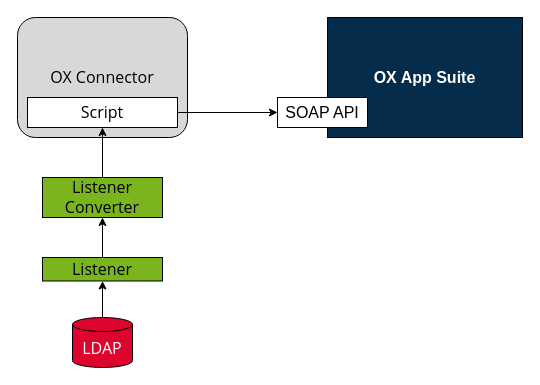
univention/ox-connector keeps this draw.io diagram as page "Seite-1" (1 of 2) of docs/ox-connector-app/images/architecture.drawio. Above is the earlier version. Source tidied: cells renumbered, new cells numbered last; positions are measured from the earlier drawing's top-left corner, leaving out a move shared by most shapes. Both pictures are drawn from the tidied source at 100%, with x=0, y=0 at pixel (17, 17).
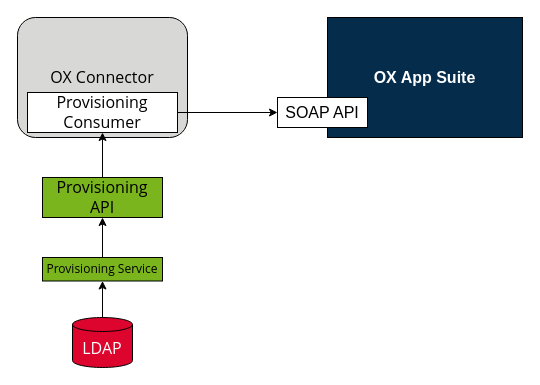
After the change.

Commit message (it also covers changes not shown here):
docs(ox-connector-app): Describe change from listener to provisiongin service approach

Diff of the diagram source:
```diff
@@
 <mxGraphModel>
   <root>
     <mxCell id="0" />
     <mxCell id="1" parent="0" />
     <mxCell id="2" value="OX Connector" style="rounded=1;whiteSpace=wrap;html=1;fillColor=#D8D8D6;fontFamily=Open Sans;fontSize=16;" parent="1" vertex="1">
       <mxGeometry width="170" height="120" as="geometry" />
     </mxCell>
     <mxCell id="3" value="&lt;b style=&quot;&quot;&gt;OX App Suite&lt;/b&gt;" style="rounded=0;whiteSpace=wrap;html=1;fontSize=16;fontColor=#FFFFFF;fillColor=#052d4b;" parent="1" vertex="1">
       <mxGeometry x="310" width="195" height="120" as="geometry" />
     </mxCell>
     <mxCell id="4" style="edgeStyle=orthogonalEdgeStyle;rounded=0;jettySize=auto;html=1;entryX=0;entryY=0.5;entryDx=0;entryDy=0;fontSize=16;fontColor=#FFFFFF;exitX=1;exitY=0.5;exitDx=0;exitDy=0;" parent="1" edge="1" source="10" target="7">
       <mxGeometry relative="1" as="geometry" />
     </mxCell>
     <mxCell id="5" style="edgeStyle=orthogonalEdgeStyle;rounded=0;jettySize=auto;html=1;fontFamily=Open Sans;fontSize=16;" parent="1" edge="1" source="6" target="9">
       <mxGeometry relative="1" as="geometry" />
     </mxCell>
     <mxCell id="6" value="LDAP" style="shape=cylinder3;whiteSpace=wrap;html=1;boundedLbl=1;backgroundOutline=1;size=7;fillColor=#DD042D;strokeColor=#000000;fontColor=#FFFFFF;fontFamily=Open Sans;fontSize=16;" parent="1" vertex="1">
       <mxGeometry x="55" y="300" width="60" height="50" as="geometry" />
     </mxCell>
     <mxCell id="7" value="SOAP API" style="rounded=0;whiteSpace=wrap;html=1;fontSize=16;" parent="1" vertex="1">
       <mxGeometry x="260" y="80" width="90" height="30" as="geometry" />
     </mxCell>
     <mxCell id="8" style="edgeStyle=orthogonalEdgeStyle;rounded=0;jettySize=auto;html=1;fontFamily=Open Sans;fontSize=16;" parent="1" edge="1" source="9" target="12">
       <mxGeometry relative="1" as="geometry" />
     </mxCell>
-    <mxCell id="9" value="&lt;font style=&quot;font-size: 16px;&quot; face=&quot;Open Sans&quot;&gt;Listener&lt;br&gt;&lt;/font&gt;" style="rounded=0;whiteSpace=wrap;html=1;fillColor=#7AB51D;" parent="1" vertex="1">
+    <mxCell id="9" value="&lt;font style=&quot;font-size: 12px;&quot; face=&quot;Open Sans&quot;&gt;Provisioning Service&lt;br&gt;&lt;/font&gt;" style="rounded=0;whiteSpace=wrap;html=1;fillColor=#7AB51D;" parent="1" vertex="1">
       <mxGeometry x="25" y="240" width="120" height="23.5" as="geometry" />
     </mxCell>
-    <mxCell id="10" value="Script" style="rounded=0;whiteSpace=wrap;html=1;fontFamily=Open Sans;fontSize=16;" parent="1" vertex="1">
-      <mxGeometry x="10" y="80" width="150" height="30" as="geometry" />
+    <mxCell id="10" value="Provisioning Consumer" style="rounded=0;whiteSpace=wrap;html=1;fontFamily=Open Sans;fontSize=16;" parent="1" vertex="1">
+      <mxGeometry x="10" y="75" width="150" height="40" as="geometry" />
     </mxCell>
     <mxCell id="11" style="edgeStyle=orthogonalEdgeStyle;rounded=0;jettySize=auto;html=1;fontFamily=Open Sans;fontSize=16;" parent="1" edge="1" source="12" target="10">
       <mxGeometry relative="1" as="geometry" />
     </mxCell>
-    <mxCell id="12" value="&lt;font style=&quot;font-size: 16px;&quot; face=&quot;Open Sans&quot;&gt;Listener Converter&lt;br&gt;&lt;/font&gt;" style="rounded=0;whiteSpace=wrap;html=1;fillColor=#7AB51D;" parent="1" vertex="1">
+    <mxCell id="12" value="&lt;font style=&quot;font-size: 16px;&quot; face=&quot;Open Sans&quot;&gt;Provisioning&lt;br&gt;API&lt;/font&gt;" style="rounded=0;whiteSpace=wrap;html=1;fillColor=#7AB51D;" parent="1" vertex="1">
       <mxGeometry x="25" y="160" width="120" height="40" as="geometry" />
     </mxCell>
   </root>
 </mxGraphModel>
```
